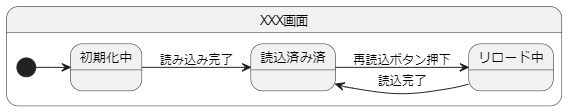
The PlantUML diagram documents/images/state_machine.png in njm-khaki/Simple-Pokedex, before a commit. Its source is kept beside it as documents/uml/state_machine.pu.
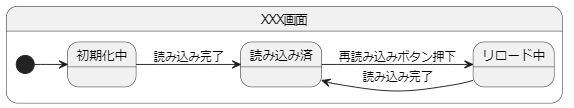
Above is the later version.

Diff of the diagram source:
```diff
@@ -3,9 +3,9 @@
 
 state XXX画面 {
     [*] -down-> 初期化中
-    初期化中 -down-> 読込済み済 : 読み込み完了
-    読込済み済 -down-> リロード中 : 再読込ボタン押下
-    リロード中 -down-> 読込済み済 : 読込完了
+    初期化中 -down-> 読み込み済 : 読み込み完了
+    読み込み済 -down-> リロード中 : 再読み込みボタン押下
+    リロード中 -down-> 読み込み済 : 読み込み完了
 }
 
 @enduml
```
